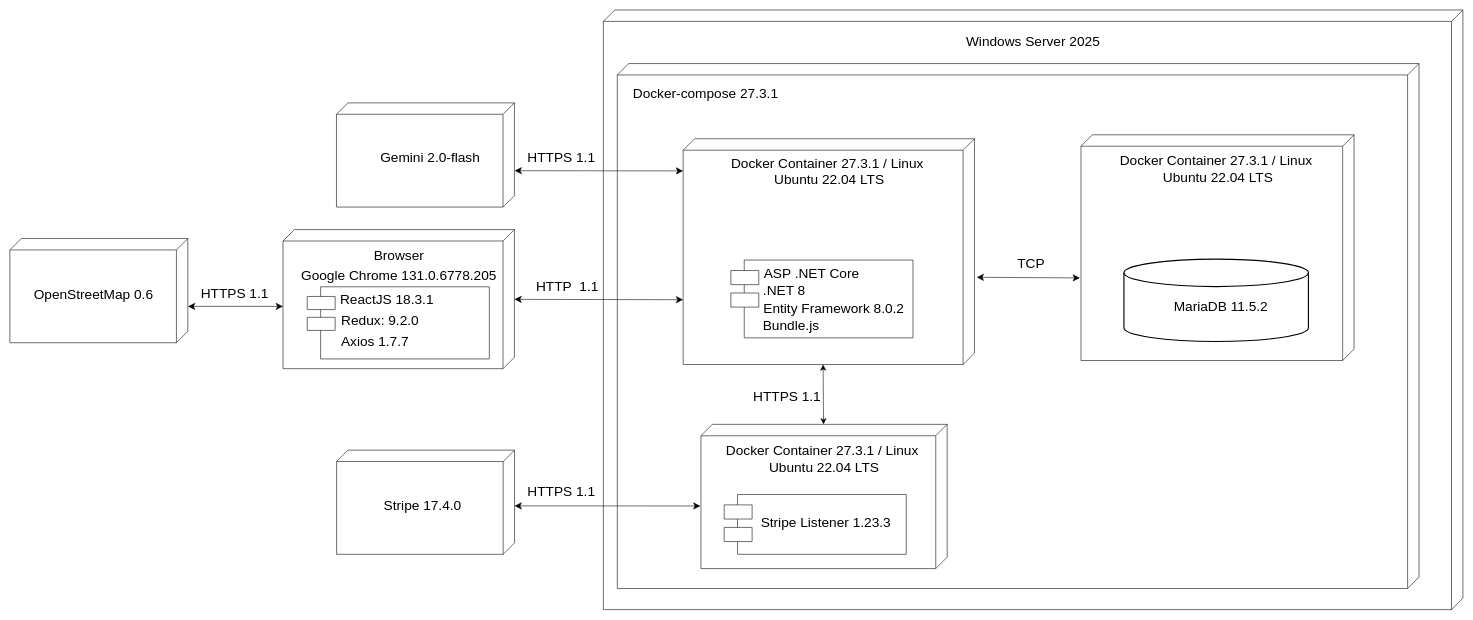
Earlier version of the draw.io diagram Документы на диплом/Графическая часть/drawio/развёртывание.drawio (IlyhaDmi28/WorldTours). Source tidied: cells renumbered, new cells numbered last; positions are measured from the earlier drawing's top-left corner, leaving out a move shared by most shapes. Both pictures are drawn from the tidied source at 57%, with x=0, y=0 at pixel (10, 10).
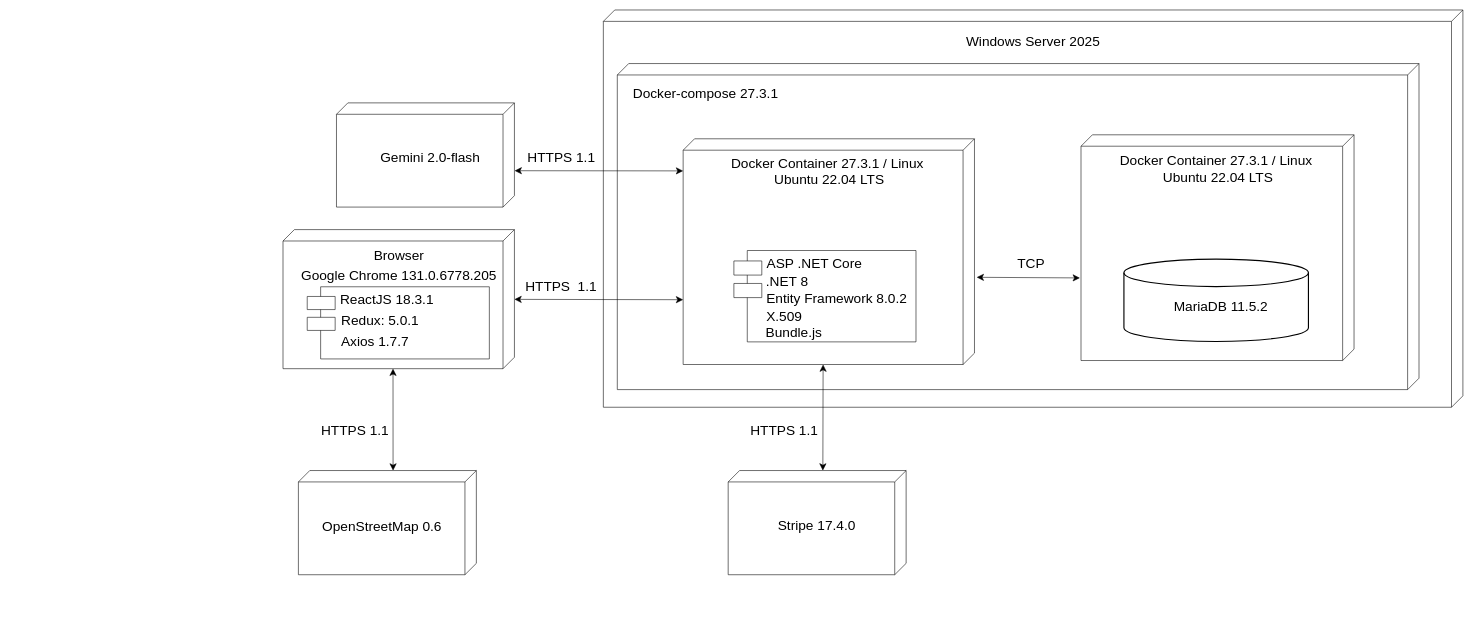
The same page after the edit.

Unchanged cells that the change refers to:
```xml
<mxCell id="7" style="shape=cube;whiteSpace=wrap;html=1;boundedLbl=1;backgroundOutline=1;darkOpacity=0;size=20;noLabel=0;shadow=0;direction=east;flipH=1;" parent="1" vertex="1">
  <mxGeometry x="479" y="385.3" width="406" height="244" as="geometry" />
</mxCell>
<mxCell id="10" style="group;" parent="1" vertex="1">
  <mxGeometry x="521.5" y="485.6" width="319.5" height="126.6" as="geometry" />
</mxCell>
<mxCell id="18" style="shape=cube;whiteSpace=wrap;html=1;boundedLbl=1;backgroundOutline=1;darkOpacity=0;size=20;noLabel=0;shadow=0;direction=east;flipH=1;" parent="1" vertex="1">
  <mxGeometry x="1181" y="226" width="511.1" height="396" as="geometry" />
</mxCell>
```

What changed in the source:
```diff
@@
     <mxCell id="3" value="&lt;br&gt;&lt;div&gt;&lt;br/&gt;&lt;/div&gt;" style="shape=cube;whiteSpace=wrap;html=1;boundedLbl=1;backgroundOutline=1;darkOpacity=0;size=20;noLabel=0;shadow=0;direction=east;flipH=1;" parent="1" vertex="1">
-      <mxGeometry x="1041" width="1508" height="1052" as="geometry" />
+      <mxGeometry x="1041" width="1508" height="697" as="geometry" />
     </mxCell>
     <mxCell id="4" value="&lt;br&gt;&lt;div&gt;&lt;br/&gt;&lt;/div&gt;" style="shape=cube;whiteSpace=wrap;html=1;boundedLbl=1;backgroundOutline=1;darkOpacity=0;size=20;noLabel=0;shadow=0;direction=east;flipH=1;" parent="1" vertex="1">
-      <mxGeometry x="1065.5" y="94" width="1406.5" height="921" as="geometry" />
+      <mxGeometry x="1065.5" y="94" width="1406.5" height="572" as="geometry" />
     </mxCell>
@@
-    <mxCell id="15" value="&lt;span style=&quot;font-weight: 400;&quot;&gt;Redux: 9.2.0&lt;/span&gt;" style="text;strokeColor=none;fillColor=none;html=1;fontSize=24;fontStyle=1;verticalAlign=middle;align=center;" parent="10" vertex="1">
+    <mxCell id="15" value="&lt;span style=&quot;font-weight: 400;&quot;&gt;Redux: 5.0.1&lt;/span&gt;" style="text;strokeColor=none;fillColor=none;html=1;fontSize=24;fontStyle=1;verticalAlign=middle;align=center;" parent="10" vertex="1">
       <mxGeometry x="77.5" y="40" width="100" height="40" as="geometry" />
     </mxCell>
@@
     <mxCell id="20" style="verticalLabelPosition=bottom;verticalAlign=top;html=1;shape=mxgraph.basic.rect;fillColor2=none;strokeWidth=1;size=20;indent=5;" parent="1" vertex="1">
-      <mxGeometry x="1288.2" y="438.7" width="296" height="136.5" as="geometry" />
+      <mxGeometry x="1293.5" y="422" width="296" height="160.3" as="geometry" />
     </mxCell>
     <mxCell id="21" style="verticalLabelPosition=bottom;verticalAlign=top;html=1;shape=mxgraph.basic.rect;fillColor2=none;strokeWidth=1;size=20;indent=5;" parent="1" vertex="1">
-      <mxGeometry x="1264.7" y="457.1" width="49" height="24.8" as="geometry" />
+      <mxGeometry x="1270" y="440.3" width="49" height="24.8" as="geometry" />
     </mxCell>
     <mxCell id="22" style="verticalLabelPosition=bottom;verticalAlign=top;html=1;shape=mxgraph.basic.rect;fillColor2=none;strokeWidth=1;size=20;indent=5;" parent="1" vertex="1">
-      <mxGeometry x="1264.7" y="496.5" width="49" height="24.8" as="geometry" />
+      <mxGeometry x="1270" y="479.8" width="49" height="24.8" as="geometry" />
     </mxCell>
@@
-    <mxCell id="28" value="&lt;font style=&quot;font-size: 24px;&quot;&gt;HTTP&amp;nbsp; 1.1&lt;/font&gt;" style="text;html=1;align=center;verticalAlign=middle;whiteSpace=wrap;rounded=0;" parent="1" vertex="1">
-      <mxGeometry x="920.6" y="471.1" width="114" height="30" as="geometry" />
+    <mxCell id="28" value="&lt;font style=&quot;font-size: 24px;&quot;&gt;HTTPS&amp;nbsp; 1.1&lt;/font&gt;" style="text;html=1;align=center;verticalAlign=middle;whiteSpace=wrap;rounded=0;" parent="1" vertex="1">
+      <mxGeometry x="899" y="471.1" width="135.6" height="30" as="geometry" />
     </mxCell>
@@
-    <mxCell id="30" style="shape=cube;whiteSpace=wrap;html=1;boundedLbl=1;backgroundOutline=1;darkOpacity=0;size=20;noLabel=0;shadow=0;direction=east;flipH=1;" parent="1" vertex="1">
-      <mxGeometry x="1212.2" y="727" width="432" height="253" as="geometry" />
-    </mxCell>
-    <mxCell id="31" style="verticalLabelPosition=bottom;verticalAlign=top;html=1;shape=mxgraph.basic.rect;fillColor2=none;strokeWidth=1;size=20;indent=5;" parent="1" vertex="1">
-      <mxGeometry x="1276.4" y="850" width="296" height="105" as="geometry" />
-    </mxCell>
-    <mxCell id="32" value="&lt;blockquote style=&quot;margin: 0 0 0 40px; border: none; padding: 0px;&quot;&gt;&lt;span style=&quot;font-weight: 400;&quot;&gt;Stripe Listener 1.23.3&lt;/span&gt;&lt;/blockquote&gt;" style="text;strokeColor=none;fillColor=none;html=1;fontSize=24;fontStyle=1;verticalAlign=middle;align=center;" parent="1" vertex="1">
-      <mxGeometry x="1360.5" y="877" width="100" height="43.1" as="geometry" />
-    </mxCell>
-    <mxCell id="33" style="verticalLabelPosition=bottom;verticalAlign=top;html=1;shape=mxgraph.basic.rect;fillColor2=none;strokeWidth=1;size=20;indent=5;" parent="1" vertex="1">
-      <mxGeometry x="1253" y="868.3" width="49" height="24.8" as="geometry" />
-    </mxCell>
-    <mxCell id="34" style="verticalLabelPosition=bottom;verticalAlign=top;html=1;shape=mxgraph.basic.rect;fillColor2=none;strokeWidth=1;size=20;indent=5;" parent="1" vertex="1">
-      <mxGeometry x="1253" y="907.8" width="49" height="24.8" as="geometry" />
-    </mxCell>
     <mxCell id="35" style="shape=cube;whiteSpace=wrap;html=1;boundedLbl=1;backgroundOutline=1;darkOpacity=0;size=20;noLabel=0;shadow=0;direction=east;flipH=1;" parent="1" vertex="1">
-      <mxGeometry x="573" y="772.2" width="312.2" height="182.8" as="geometry" />
+      <mxGeometry x="1260" y="808" width="312.2" height="182.8" as="geometry" />
     </mxCell>
-    <mxCell id="36" value="&lt;blockquote style=&quot;margin: 0 0 0 40px; border: none; padding: 0px;&quot;&gt;&lt;span style=&quot;font-weight: 400;&quot;&gt;Stripe 17.&lt;/span&gt;&lt;span style=&quot;font-weight: 400; background-color: transparent; color: light-dark(rgb(0, 0, 0), rgb(255, 255, 255));&quot;&gt;4.0&lt;/span&gt;&lt;/blockquote&gt;" style="text;strokeColor=none;fillColor=none;html=1;fontSize=24;fontStyle=1;verticalAlign=middle;align=left;" parent="1" vertex="1">
-      <mxGeometry x="614.2" y="847.5" width="92" height="43.1" as="geometry" />
+    <mxCell id="36" value="&lt;blockquote style=&quot;margin: 0 0 0 40px; border: none; padding: 0px;&quot;&gt;&lt;span style=&quot;font-weight: 400;&quot;&gt;Stripe 17.&lt;/span&gt;&lt;span style=&quot;font-weight: 400; background-color: transparent; color: light-dark(rgb(0, 0, 0), rgb(255, 255, 255));&quot;&gt;4.0&lt;/span&gt;&lt;/blockquote&gt;" style="text;strokeColor=none;fillColor=none;html=1;fontSize=24;fontStyle=1;verticalAlign=middle;align=center;" parent="1" vertex="1">
+      <mxGeometry x="1260" y="883.4" width="269" height="43.1" as="geometry" />
     </mxCell>
-    <mxCell id="37" style="rounded=0;jettySize=auto;html=1;endArrow=classic;endFill=1;startArrow=classic;startFill=1;endSize=10;startSize=10;entryX=1.002;entryY=0.566;entryDx=0;entryDy=0;entryPerimeter=0;" parent="1" edge="1" target="30">
-      <mxGeometry relative="1" as="geometry">
-        <mxPoint x="885.2" y="870" as="sourcePoint" />
-      </mxGeometry>
+    <mxCell id="37" style="rounded=0;jettySize=auto;html=1;endArrow=classic;endFill=1;startArrow=classic;startFill=1;endSize=10;startSize=10;entryX=0;entryY=0;entryDx=265.54999999999995;entryDy=396;entryPerimeter=0;exitX=0;exitY=0;exitDx=146.1;exitDy=0;exitPerimeter=0;" parent="1" edge="1" source="35" target="18">
+      <mxGeometry relative="1" as="geometry" />
     </mxCell>
-    <mxCell id="38" style="edgeStyle=none;curved=1;rounded=0;jettySize=auto;html=1;entryX=0;entryY=0;entryDx=265.55;entryDy=396;entryPerimeter=0;fontSize=12;startSize=8;endSize=8;startArrow=classic;startFill=1;" parent="1" edge="1" source="30" target="18">
-      <mxGeometry relative="1" as="geometry" />
-    </mxCell>
@@
-    <mxCell id="44" value="&lt;span style=&quot;font-weight: 400;&quot;&gt;Docker Container 27.3.1 /&amp;nbsp;&lt;/span&gt;&lt;span style=&quot;font-weight: 400;&quot;&gt;Linux&amp;nbsp;&lt;/span&gt;&lt;div&gt;&lt;span style=&quot;font-weight: 400;&quot;&gt;Ubuntu 22.04 LTS&lt;/span&gt;&lt;/div&gt;" style="text;strokeColor=none;fillColor=none;html=1;fontSize=24;fontStyle=1;verticalAlign=middle;align=center;" parent="1" vertex="1">
-      <mxGeometry x="1378.2" y="766" width="100" height="43.1" as="geometry" />
-    </mxCell>
     <mxCell id="45" value="&lt;blockquote style=&quot;margin: 0 0 0 40px; border: none; padding: 0px;&quot;&gt;&lt;span style=&quot;font-weight: 400;&quot;&gt;ASP .NET Core&lt;/span&gt;&lt;/blockquote&gt;" style="text;strokeColor=none;fillColor=none;html=1;fontSize=24;fontStyle=1;verticalAlign=middle;align=center;" parent="1" vertex="1">
-      <mxGeometry x="1335.7" y="440.5" width="100" height="43.1" as="geometry" />
+      <mxGeometry x="1341" y="423.8" width="100" height="43.1" as="geometry" />
     </mxCell>
     <mxCell id="46" value="&lt;span style=&quot;font-weight: 400;&quot;&gt;.NET 8&lt;/span&gt;" style="text;strokeColor=none;fillColor=none;html=1;fontSize=24;fontStyle=1;verticalAlign=middle;align=center;" parent="1" vertex="1">
-      <mxGeometry x="1307.7" y="470.8" width="100" height="43.1" as="geometry" />
+      <mxGeometry x="1313" y="454.1" width="100" height="43.1" as="geometry" />
     </mxCell>
     <mxCell id="47" value="&lt;span style=&quot;font-weight: 400;&quot;&gt;Entity Framework 8.0.2&lt;/span&gt;" style="text;strokeColor=none;fillColor=none;html=1;fontSize=24;fontStyle=1;verticalAlign=middle;align=center;" parent="1" vertex="1">
-      <mxGeometry x="1394.7" y="502.3" width="100" height="43.1" as="geometry" />
+      <mxGeometry x="1400" y="485.6" width="100" height="43.1" as="geometry" />
     </mxCell>
-    <mxCell id="48" value="&lt;span style=&quot;font-weight: 400;&quot;&gt;Bundle.js&lt;/span&gt;" style="text;strokeColor=none;fillColor=none;html=1;fontSize=24;fontStyle=1;verticalAlign=middle;align=center;" parent="1" vertex="1">
-      <mxGeometry x="1319.7" y="532.7" width="100" height="43.1" as="geometry" />
+    <mxCell id="48" value="&lt;span style=&quot;font-weight: 400;&quot;&gt;X.509&lt;/span&gt;" style="text;strokeColor=none;fillColor=none;html=1;fontSize=24;fontStyle=1;verticalAlign=middle;align=center;" parent="1" vertex="1">
+      <mxGeometry x="1308.3" y="516.2" width="100" height="43.1" as="geometry" />
     </mxCell>
     <mxCell id="49" value="&lt;font style=&quot;font-size: 24px;&quot;&gt;HTTPS 1.1&lt;/font&gt;" style="text;html=1;align=center;verticalAlign=middle;whiteSpace=wrap;rounded=0;" parent="1" vertex="1">
-      <mxGeometry x="903" y="831" width="129" height="30" as="geometry" />
+      <mxGeometry x="1293.8" y="723.2" width="129" height="30" as="geometry" />
     </mxCell>
-    <mxCell id="50" value="&lt;font style=&quot;font-size: 24px;&quot;&gt;HTTPS 1.1&lt;/font&gt;" style="text;html=1;align=center;verticalAlign=middle;whiteSpace=wrap;rounded=0;" parent="1" vertex="1">
-      <mxGeometry x="1299" y="663" width="129" height="30" as="geometry" />
-    </mxCell>
     <mxCell id="51" style="shape=cube;whiteSpace=wrap;html=1;boundedLbl=1;backgroundOutline=1;darkOpacity=0;size=20;noLabel=0;shadow=0;direction=east;flipH=1;" parent="1" vertex="1">
-      <mxGeometry x="-0.2" y="401" width="312.2" height="182.8" as="geometry" />
+      <mxGeometry x="506" y="808" width="312.2" height="182.8" as="geometry" />
     </mxCell>
-    <mxCell id="52" style="rounded=0;jettySize=auto;html=1;endArrow=classic;endFill=1;startArrow=classic;startFill=1;endSize=10;startSize=10;exitX=-0.001;exitY=0.651;exitDx=0;exitDy=0;exitPerimeter=0;" parent="1" edge="1" source="51">
-      <mxGeometry relative="1" as="geometry">
-        <mxPoint x="479" y="520" as="targetPoint" />
-      </mxGeometry>
+    <mxCell id="52" style="rounded=0;jettySize=auto;html=1;endArrow=classic;endFill=1;startArrow=classic;startFill=1;endSize=10;startSize=10;exitX=0;exitY=0;exitDx=146.1;exitDy=0;exitPerimeter=0;entryX=0;entryY=0;entryDx=213;entryDy=244;entryPerimeter=0;" parent="1" edge="1" source="51" target="7">
+      <mxGeometry relative="1" as="geometry" />
     </mxCell>
     <mxCell id="53" value="&lt;font style=&quot;font-size: 24px;&quot;&gt;HTTPS 1.1&lt;/font&gt;" style="text;html=1;align=center;verticalAlign=middle;whiteSpace=wrap;rounded=0;" parent="1" vertex="1">
-      <mxGeometry x="330" y="481.9" width="129" height="30" as="geometry" />
+      <mxGeometry x="541" y="723.2" width="129" height="30" as="geometry" />
     </mxCell>
     <mxCell id="54" value="&lt;blockquote style=&quot;margin: 0 0 0 40px; border: none; padding: 0px;&quot;&gt;&lt;span style=&quot;font-weight: 400;&quot;&gt;OpenStreetMap 0.6&lt;/span&gt;&lt;/blockquote&gt;" style="text;strokeColor=none;fillColor=none;html=1;fontSize=24;fontStyle=1;verticalAlign=middle;align=left;" parent="1" vertex="1">
-      <mxGeometry y="478.2" width="290" height="43.1" as="geometry" />
+      <mxGeometry x="506.2" y="885.2" width="290" height="43.1" as="geometry" />
     </mxCell>
+    <mxCell id="55" value="&lt;span style=&quot;font-weight: 400;&quot;&gt;Bundle.js&lt;/span&gt;" style="text;strokeColor=none;fillColor=none;html=1;fontSize=24;fontStyle=1;verticalAlign=middle;align=center;" parent="1" vertex="1">
+      <mxGeometry x="1325" y="544.1" width="100" height="43.1" as="geometry" />
+    </mxCell>
```
